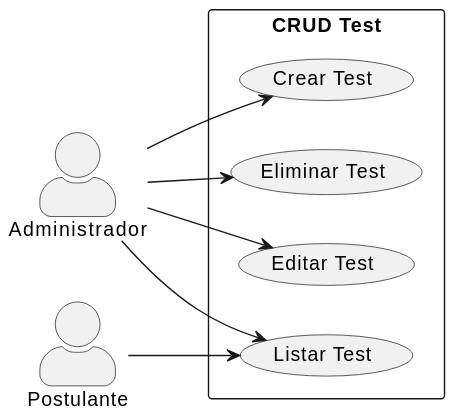
Dievex/24-25-IdSw1-SDR keeps this PlantUML diagram as documentos/imagenes/casos_de_uso/diagrams_casos_de_uso/crud_test.svg. Above is the earlier version. Source of this version:
```plantuml
@startuml
skinparam actorStyle awesome
left to right direction
actor "Administrador" as Admin

rectangle "CRUD Test" {
  usecase "Crear Test" as CrearTest
  usecase "Listar Test" as ListarTest
  usecase "Editar Test" as EditarTest
  usecase "Eliminar Test" as EliminarTest
}

Admin --> CrearTest
Admin --> ListarTest
Admin --> EditarTest
Admin --> EliminarTest

Postulante --> ListarTest
@enduml
```
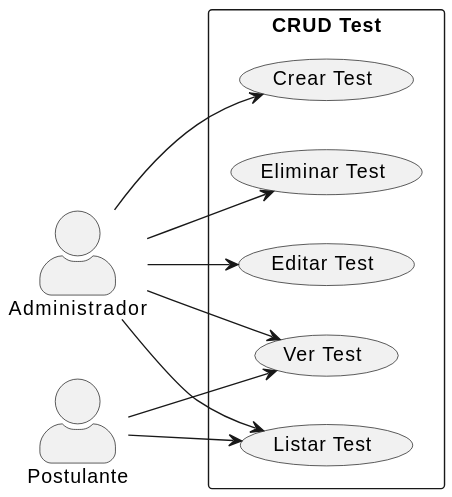
Later version of the same file.

The edit, as a diff of the source:
```diff
@@ -8,12 +8,15 @@
   usecase "Listar Test" as ListarTest
   usecase "Editar Test" as EditarTest
   usecase "Eliminar Test" as EliminarTest
+  usecase "Ver Test" as VerTest
 }
 
 Admin --> CrearTest
 Admin --> ListarTest
 Admin --> EditarTest
 Admin --> EliminarTest
+Admin --> VerTest
 
 Postulante --> ListarTest
+Postulante --> VerTest
 @enduml
```
